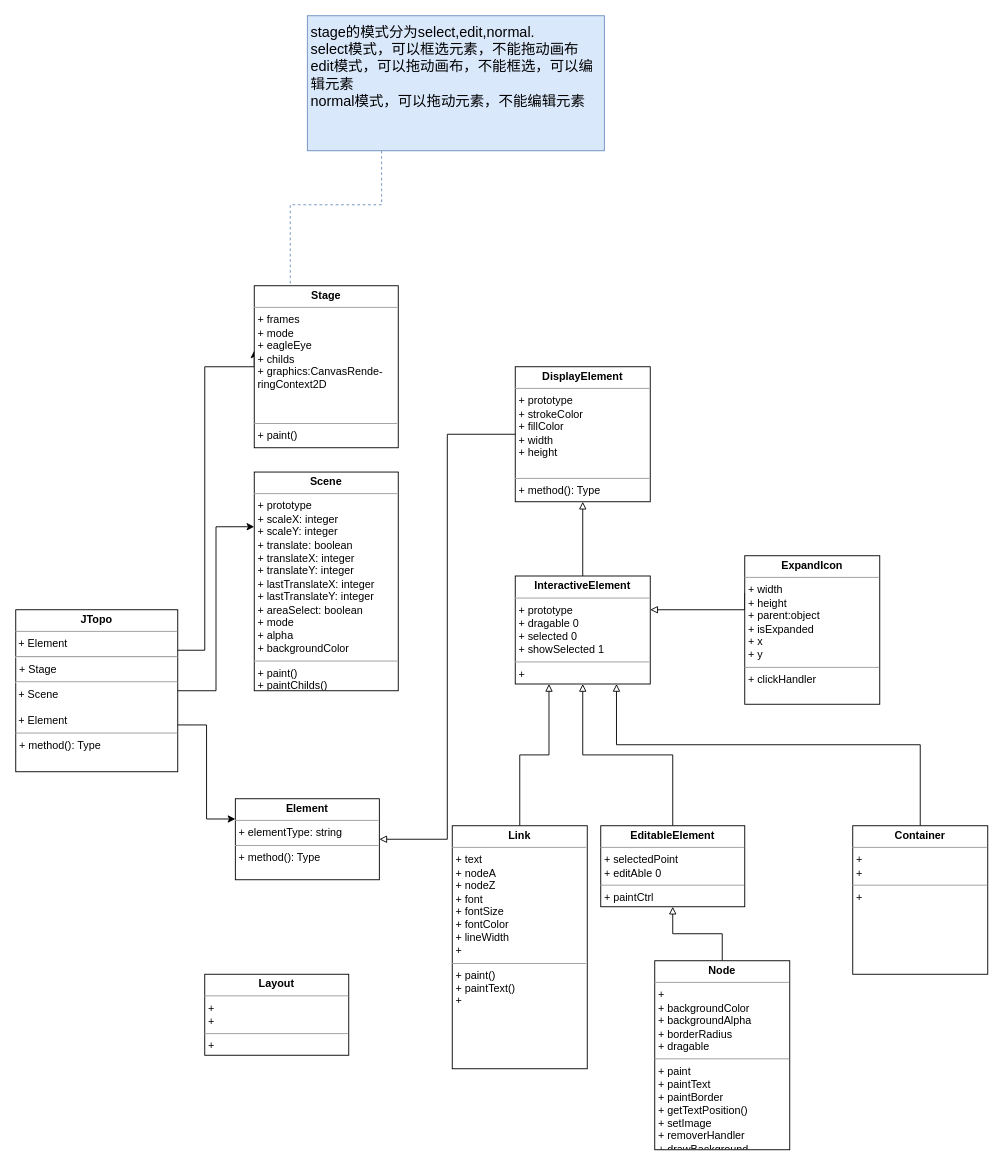
Earlier version of the draw.io diagram Jtopo.drawio (waterwatermelon/graph). Source tidied: cells renumbered, new cells numbered last; positions are measured from the earlier drawing's top-left corner, leaving out a move shared by most shapes. Both pictures are drawn from the tidied source at 90%, with x=0, y=0 at pixel (15, 15).
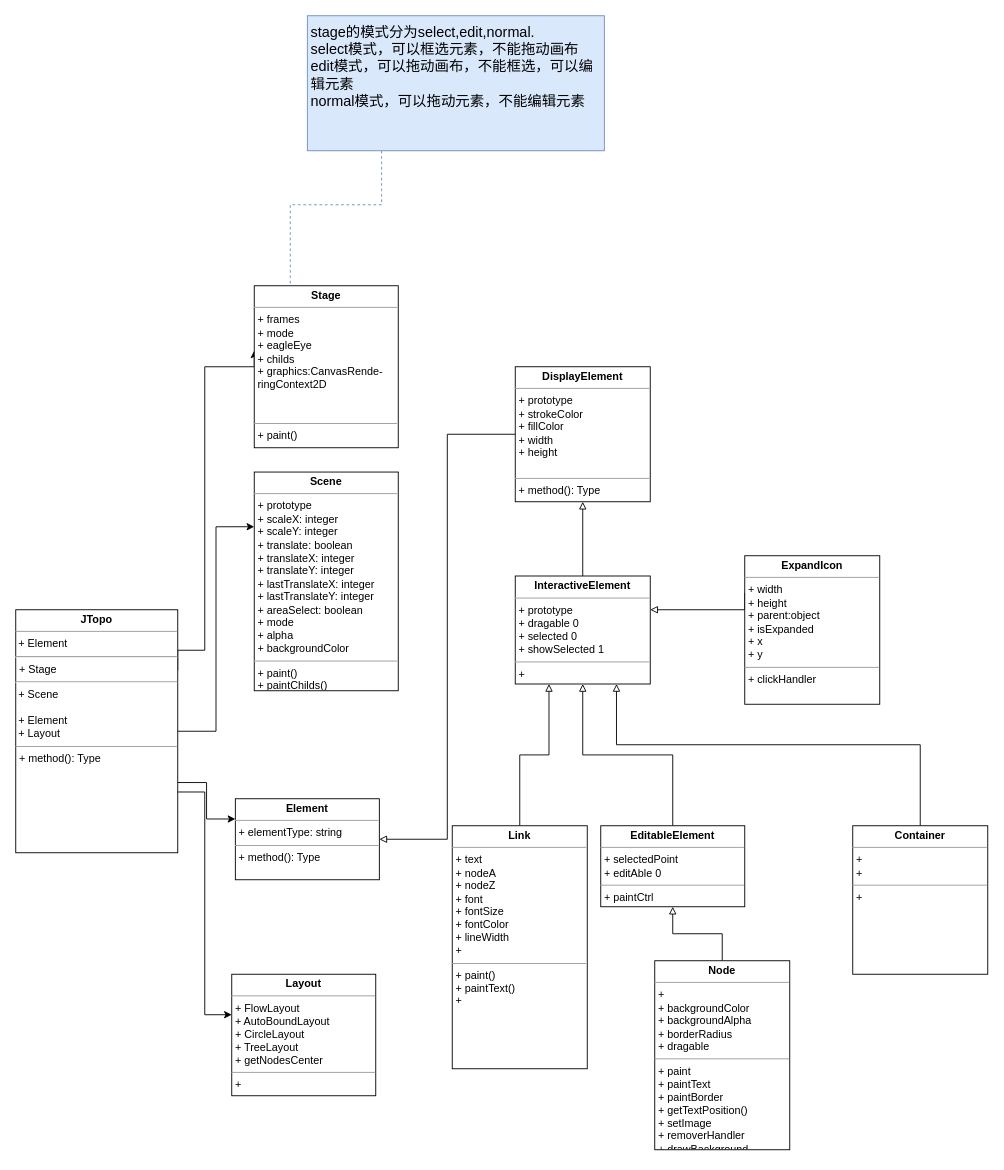
Above is the later version.

Change to the diagram source:
```diff
@@
+    <mxCell id="26" style="edgeStyle=orthogonalEdgeStyle;rounded=0;jettySize=auto;html=1;entryX=0;entryY=0.333;entryDx=0;entryDy=0;entryPerimeter=0;exitX=1;exitY=0.75;exitDx=0;exitDy=0;" parent="1" edge="1" source="7" target="25">
+      <mxGeometry relative="1" as="geometry" />
+    </mxCell>
-    <mxCell id="7" value="&lt;p style=&quot;margin: 0px ; margin-top: 4px ; text-align: center&quot;&gt;&lt;b&gt;JTopo&lt;/b&gt;&lt;/p&gt;&lt;hr size=&quot;1&quot;&gt;&amp;nbsp;+ Element&lt;hr&gt;&lt;p style=&quot;margin: 0px ; margin-left: 4px&quot;&gt;+ Stage&lt;/p&gt;&lt;hr&gt;&amp;nbsp;+ Scene&lt;br&gt;&lt;br&gt;&amp;nbsp;+ Element&lt;br&gt;&lt;hr size=&quot;1&quot;&gt;&lt;p style=&quot;margin: 0px ; margin-left: 4px&quot;&gt;+ method(): Type&lt;/p&gt;" style="verticalAlign=top;align=left;overflow=fill;fontSize=12;fontFamily=Helvetica;html=1;" parent="1" vertex="1">
-      <mxGeometry y="660" width="180" height="180" as="geometry" />
+    <mxCell id="7" value="&lt;p style=&quot;margin: 0px ; margin-top: 4px ; text-align: center&quot;&gt;&lt;b&gt;JTopo&lt;/b&gt;&lt;/p&gt;&lt;hr size=&quot;1&quot;&gt;&amp;nbsp;+ Element&lt;hr&gt;&lt;p style=&quot;margin: 0px ; margin-left: 4px&quot;&gt;+ Stage&lt;/p&gt;&lt;hr&gt;&amp;nbsp;+ Scene&lt;br&gt;&lt;br&gt;&amp;nbsp;+ Element&lt;br&gt;&amp;nbsp;+ Layout&lt;br&gt;&lt;hr size=&quot;1&quot;&gt;&lt;p style=&quot;margin: 0px ; margin-left: 4px&quot;&gt;+ method(): Type&lt;/p&gt;" style="verticalAlign=top;align=left;overflow=fill;fontSize=12;fontFamily=Helvetica;html=1;" parent="1" vertex="1">
+      <mxGeometry y="660" width="180" height="270" as="geometry" />
     </mxCell>
@@
-    <mxCell id="25" value="&lt;p style=&quot;margin: 0px ; margin-top: 4px ; text-align: center&quot;&gt;&lt;b&gt;Layout&lt;/b&gt;&lt;/p&gt;&lt;hr size=&quot;1&quot;&gt;&lt;p style=&quot;margin: 0px ; margin-left: 4px&quot;&gt;+&amp;nbsp;&lt;/p&gt;&lt;p style=&quot;margin: 0px ; margin-left: 4px&quot;&gt;+&amp;nbsp;&lt;/p&gt;&lt;hr size=&quot;1&quot;&gt;&lt;p style=&quot;margin: 0px ; margin-left: 4px&quot;&gt;+&amp;nbsp;&lt;/p&gt;" style="verticalAlign=top;align=left;overflow=fill;fontSize=12;fontFamily=Helvetica;html=1;" parent="1" vertex="1">
-      <mxGeometry x="210" y="1065" width="160" height="90" as="geometry" />
+    <mxCell id="25" value="&lt;p style=&quot;margin: 0px ; margin-top: 4px ; text-align: center&quot;&gt;&lt;b&gt;Layout&lt;/b&gt;&lt;/p&gt;&lt;hr size=&quot;1&quot;&gt;&lt;p style=&quot;margin: 0px ; margin-left: 4px&quot;&gt;+ FlowLayout&lt;/p&gt;&lt;p style=&quot;margin: 0px ; margin-left: 4px&quot;&gt;+ AutoBoundLayout&lt;/p&gt;&lt;p style=&quot;margin: 0px ; margin-left: 4px&quot;&gt;+ CircleLayout&lt;/p&gt;&lt;p style=&quot;margin: 0px ; margin-left: 4px&quot;&gt;+ TreeLayout&lt;/p&gt;&lt;p style=&quot;margin: 0px ; margin-left: 4px&quot;&gt;+ getNodesCenter&lt;/p&gt;&lt;hr size=&quot;1&quot;&gt;&lt;p style=&quot;margin: 0px ; margin-left: 4px&quot;&gt;+&amp;nbsp;&lt;/p&gt;" style="verticalAlign=top;align=left;overflow=fill;fontSize=12;fontFamily=Helvetica;html=1;" parent="1" vertex="1">
+      <mxGeometry x="240" y="1065" width="160" height="135" as="geometry" />
     </mxCell>
```
